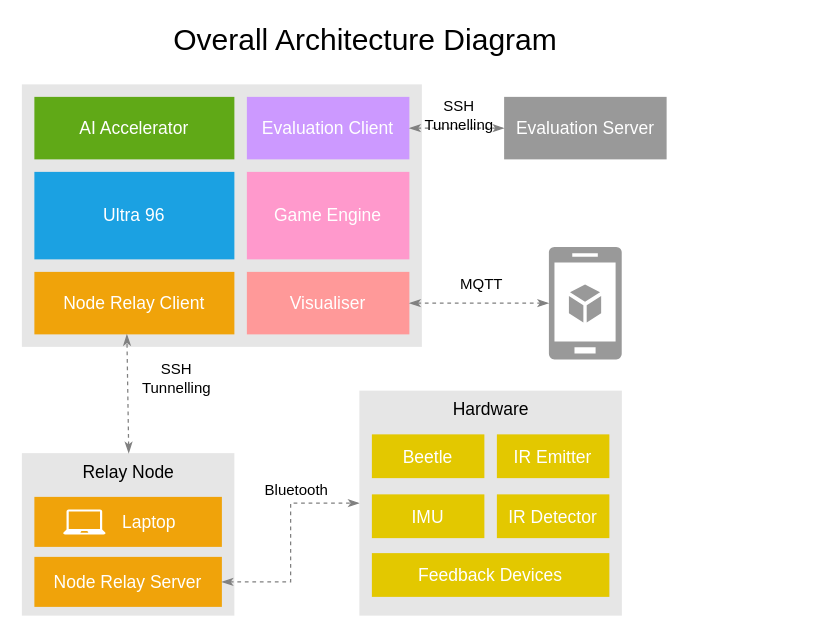
Earlier version of the draw.io diagram Diagrams/Overall Architecture.drawio (J0shuaLeong/CG4002). Source tidied: cells renumbered, new cells numbered last; positions are measured from the earlier drawing's top-left corner, leaving out a move shared by most shapes. Both pictures are drawn from the tidied source at 125%, with x=0, y=0 at pixel (21, 21). Pictures stored in the file or linked from it are replaced by grey dashed boxes.
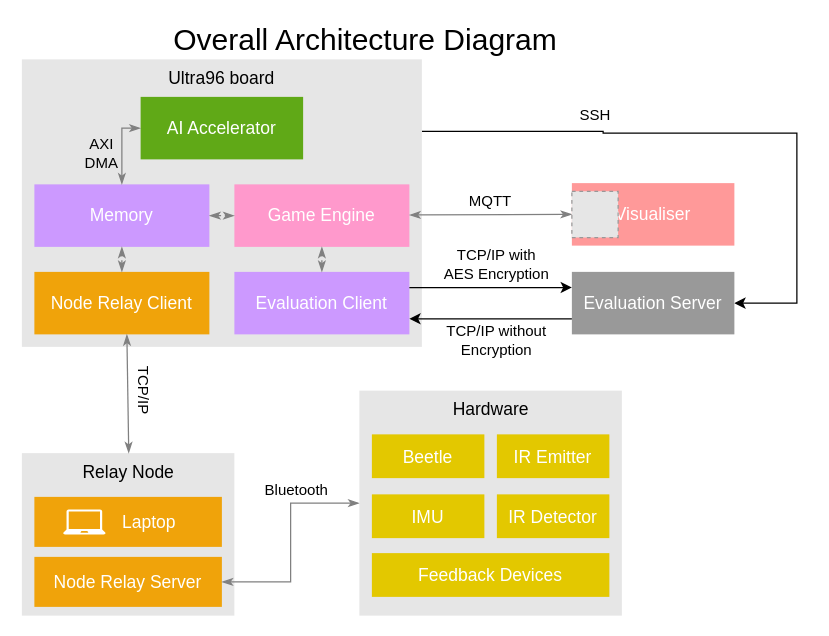
After the change.

The change refers to these unchanged cells:
```xml
<mxCell id="14" value="&lt;font style=&quot;font-size: 14px;&quot; color=&quot;#ffffff&quot;&gt;Node Relay Server&lt;/font&gt;" style="rounded=0;whiteSpace=wrap;html=1;strokeColor=none;fillColor=#f0a30a;fontColor=#000000;" parent="1" vertex="1">
  <mxGeometry x="10" y="428" width="150" height="40" as="geometry" />
</mxCell>
<mxCell id="18" value="&lt;font style=&quot;font-size: 14px;&quot;&gt;Relay Node&lt;/font&gt;" style="text;html=1;align=center;verticalAlign=middle;whiteSpace=wrap;rounded=0;" parent="1" vertex="1">
  <mxGeometry x="47" y="345" width="77" height="30" as="geometry" />
</mxCell>
<mxCell id="19" style="rounded=0;whiteSpace=wrap;html=1;fillColor=#E6E6E6;strokeColor=none;" parent="1" vertex="1">
  <mxGeometry x="270" y="295" width="210" height="180" as="geometry" />
</mxCell>
```

What changed in the source:
```diff
@@
+    <mxCell id="33" style="edgeStyle=orthogonalEdgeStyle;rounded=0;jettySize=auto;html=1;exitX=1;exitY=0.25;exitDx=0;exitDy=0;entryX=1;entryY=0.5;entryDx=0;entryDy=0;" parent="1" edge="1" source="4" target="29">
+      <mxGeometry relative="1" as="geometry">
+        <Array as="points">
+          <mxPoint x="465" y="88" />
+          <mxPoint x="465" y="89" />
+          <mxPoint x="620" y="89" />
+          <mxPoint x="620" y="225" />
+        </Array>
+      </mxGeometry>
+    </mxCell>
     <mxCell id="4" style="rounded=0;whiteSpace=wrap;html=1;fillColor=#E6E6E6;strokeColor=none;" parent="1" vertex="1">
-      <mxGeometry y="50" width="320" height="210" as="geometry" />
+      <mxGeometry y="30" width="320" height="230" as="geometry" />
     </mxCell>
-    <mxCell id="5" value="&lt;font style=&quot;font-size: 14px;&quot;&gt;Ultra 96&lt;/font&gt;" style="rounded=0;whiteSpace=wrap;html=1;strokeColor=none;fillColor=#1ba1e2;fontColor=#ffffff;" parent="1" vertex="1">
-      <mxGeometry x="10" y="120" width="160" height="70" as="geometry" />
-    </mxCell>
     <mxCell id="6" value="&lt;font style=&quot;font-size: 14px;&quot;&gt;Game Engine&lt;/font&gt;" style="rounded=0;whiteSpace=wrap;html=1;strokeColor=none;fillColor=#FF99CC;fontColor=#ffffff;" parent="1" vertex="1">
-      <mxGeometry x="180" y="120" width="130" height="70" as="geometry" />
+      <mxGeometry x="170" y="130" width="140" height="50" as="geometry" />
     </mxCell>
     <mxCell id="7" value="&lt;font style=&quot;font-size: 14px;&quot;&gt;AI Accelerator&lt;/font&gt;" style="rounded=0;whiteSpace=wrap;html=1;strokeColor=none;fillColor=#60a917;fontColor=#ffffff;" parent="1" vertex="1">
-      <mxGeometry x="10" y="60" width="160" height="50" as="geometry" />
+      <mxGeometry x="95" y="60" width="130" height="50" as="geometry" />
     </mxCell>
     <mxCell id="8" value="&lt;font style=&quot;font-size: 14px;&quot;&gt;Evaluation Client&lt;/font&gt;" style="rounded=0;whiteSpace=wrap;html=1;strokeColor=none;fillColor=#CC99FF;fontColor=#ffffff;" parent="1" vertex="1">
-      <mxGeometry x="180" y="60" width="130" height="50" as="geometry" />
+      <mxGeometry x="170" y="200" width="140" height="50" as="geometry" />
     </mxCell>
     <mxCell id="9" value="&lt;font color=&quot;#ffffff&quot; style=&quot;font-size: 14px;&quot;&gt;Visualiser&lt;/font&gt;" style="rounded=0;whiteSpace=wrap;html=1;strokeColor=none;fillColor=#FF9999;fontColor=#000000;" parent="1" vertex="1">
-      <mxGeometry x="180" y="200" width="130" height="50" as="geometry" />
+      <mxGeometry x="440" y="129" width="130" height="50" as="geometry" />
     </mxCell>
     <mxCell id="10" value="&lt;font color=&quot;#ffffff&quot; style=&quot;font-size: 14px;&quot;&gt;Node Relay Client&lt;/font&gt;" style="rounded=0;whiteSpace=wrap;html=1;strokeColor=none;fillColor=#f0a30a;fontColor=#000000;" parent="1" vertex="1">
-      <mxGeometry x="10" y="200" width="160" height="50" as="geometry" />
+      <mxGeometry x="10" y="200" width="140" height="50" as="geometry" />
     </mxCell>
-    <mxCell id="11" style="endArrow=classicThin;dashed=1;html=1;rounded=0;endFill=1;entryX=0.009;entryY=0.16;entryDx=0;entryDy=0;entryPerimeter=0;strokeColor=#808080;startArrow=classicThin;startFill=1;exitX=0.5;exitY=0;exitDx=0;exitDy=0;" parent="1" edge="1" source="18">
+    <mxCell id="11" style="endArrow=classicThin;html=1;rounded=0;endFill=1;entryX=0.009;entryY=0.16;entryDx=0;entryDy=0;entryPerimeter=0;strokeColor=#808080;startArrow=classicThin;startFill=1;exitX=0.5;exitY=0;exitDx=0;exitDy=0;" parent="1" edge="1" source="18">
       <mxGeometry relative="1" as="geometry">
         <mxPoint x="84" y="250" as="targetPoint" />
       </mxGeometry>
     </mxCell>
@@
-    <mxCell id="15" style="endArrow=classicThin;dashed=1;html=1;rounded=0;endFill=1;strokeColor=#808080;startArrow=classicThin;startFill=1;exitX=1;exitY=0.5;exitDx=0;exitDy=0;entryX=0;entryY=0.5;entryDx=0;entryDy=0;edgeStyle=orthogonalEdgeStyle;" parent="1" edge="1" source="14" target="19">
+    <mxCell id="15" style="endArrow=classicThin;html=1;rounded=0;endFill=1;strokeColor=#808080;startArrow=classicThin;startFill=1;exitX=1;exitY=0.5;exitDx=0;exitDy=0;entryX=0;entryY=0.5;entryDx=0;entryDy=0;edgeStyle=orthogonalEdgeStyle;" parent="1" edge="1" source="14" target="19">
       <mxGeometry relative="1" as="geometry" />
     </mxCell>
-    <mxCell id="16" value="SSH Tunnelling" style="text;html=1;align=center;verticalAlign=middle;whiteSpace=wrap;rounded=0;" parent="1" vertex="1">
-      <mxGeometry x="94" y="270" width="60" height="30" as="geometry" />
+    <mxCell id="16" value="TCP/IP" style="text;html=1;align=center;verticalAlign=middle;whiteSpace=wrap;rounded=0;rotation=90;" parent="1" vertex="1">
+      <mxGeometry x="67" y="280" width="60" height="30" as="geometry" />
     </mxCell>
@@
-    <mxCell id="26" style="verticalLabelPosition=bottom;html=1;verticalAlign=top;align=center;strokeColor=none;fillColor=#999999;shape=mxgraph.azure.mobile_services;" parent="1" vertex="1">
-      <mxGeometry x="421.5" y="180" width="58.5" height="90" as="geometry" />
-    </mxCell>
-    <mxCell id="27" style="endArrow=classicThin;dashed=1;html=1;rounded=0;endFill=1;strokeColor=#808080;startArrow=classicThin;startFill=1;exitX=1;exitY=0.5;exitDx=0;exitDy=0;entryX=0;entryY=0.5;entryDx=0;entryDy=0;entryPerimeter=0;" parent="1" edge="1" source="9" target="26">
-      <mxGeometry relative="1" as="geometry" />
-    </mxCell>
+    <mxCell id="29" value="&lt;font style=&quot;font-size: 14px;&quot;&gt;Evaluation Server&lt;/font&gt;" style="rounded=0;whiteSpace=wrap;html=1;strokeColor=none;fillColor=#999999;fontColor=#ffffff;" parent="1" vertex="1">
+      <mxGeometry x="440" y="200" width="130" height="50" as="geometry" />
+    </mxCell>
+    <mxCell id="32" value="&lt;font style=&quot;font-size: 24px;&quot;&gt;Overall Architecture Diagram&lt;/font&gt;" style="text;html=1;align=center;verticalAlign=middle;whiteSpace=wrap;rounded=0;" parent="1" vertex="1">
+      <mxGeometry x="110" width="330" height="30" as="geometry" />
+    </mxCell>
+    <mxCell id="34" style="endArrow=classicThin;html=1;rounded=0;endFill=1;strokeColor=#808080;startArrow=classicThin;startFill=1;exitX=1;exitY=0.5;exitDx=0;exitDy=0;entryX=0;entryY=0.5;entryDx=0;entryDy=0;" parent="1" edge="1" target="35">
+      <mxGeometry relative="1" as="geometry">
+        <mxPoint x="310" y="154.5" as="sourcePoint" />
+      </mxGeometry>
+    </mxCell>
+    <mxCell id="35" style="fillColor=#E6E6E6;strokeColor=#999999;dashed=1;verticalLabelPosition=bottom;labelBackgroundColor=default;verticalAlign=top;" parent="1" vertex="1">
+      <mxGeometry x="440" y="135.5" width="37" height="37" as="geometry" />
+    </mxCell>
+    <mxCell id="36" value="&lt;span style=&quot;font-size: 14px;&quot;&gt;Ultra96 board&lt;/span&gt;" style="text;html=1;align=center;verticalAlign=middle;whiteSpace=wrap;rounded=0;" parent="1" vertex="1">
+      <mxGeometry x="107" y="30" width="106" height="30" as="geometry" />
+    </mxCell>
+    <mxCell id="37" value="&lt;span style=&quot;font-size: 14px;&quot;&gt;Memory&lt;/span&gt;" style="rounded=0;whiteSpace=wrap;html=1;strokeColor=none;fillColor=#CC99FF;fontColor=#ffffff;" parent="1" vertex="1">
+      <mxGeometry x="10" y="130" width="140" height="50" as="geometry" />
+    </mxCell>
+    <mxCell id="38" style="endArrow=classicThin;html=1;rounded=0;endFill=1;entryX=0;entryY=0.5;entryDx=0;entryDy=0;strokeColor=#808080;startArrow=classicThin;startFill=1;exitX=0.5;exitY=0;exitDx=0;exitDy=0;" parent="1" edge="1" source="37" target="7">
+      <mxGeometry relative="1" as="geometry">
+        <Array as="points">
+          <mxPoint x="80" y="85" />
+        </Array>
+      </mxGeometry>
+    </mxCell>
+    <mxCell id="39" value="AXI&lt;div&gt;DMA&lt;/div&gt;" style="text;html=1;align=center;verticalAlign=middle;whiteSpace=wrap;rounded=0;" parent="1" vertex="1">
+      <mxGeometry x="34" y="90" width="60" height="30" as="geometry" />
+    </mxCell>
+    <mxCell id="40" style="endArrow=classicThin;dashed=1;html=1;rounded=0;endFill=1;entryX=0.5;entryY=1;entryDx=0;entryDy=0;strokeColor=#808080;startArrow=classicThin;startFill=1;exitX=0.5;exitY=0;exitDx=0;exitDy=0;" parent="1" edge="1" source="8" target="6">
+      <mxGeometry relative="1" as="geometry" />
+    </mxCell>
+    <mxCell id="41" style="endArrow=classicThin;dashed=1;html=1;rounded=0;endFill=1;strokeColor=#808080;startArrow=classicThin;startFill=1;exitX=0.5;exitY=0;exitDx=0;exitDy=0;entryX=0.5;entryY=1;entryDx=0;entryDy=0;" parent="1" edge="1" source="10" target="37">
+      <mxGeometry relative="1" as="geometry" />
+    </mxCell>
+    <mxCell id="42" style="endArrow=classicThin;dashed=1;html=1;rounded=0;endFill=1;strokeColor=#808080;startArrow=classicThin;startFill=1;exitX=1;exitY=0.5;exitDx=0;exitDy=0;entryX=0;entryY=0.5;entryDx=0;entryDy=0;" parent="1" edge="1" source="37" target="6">
+      <mxGeometry relative="1" as="geometry" />
+    </mxCell>
+    <mxCell id="43" style="edgeStyle=orthogonalEdgeStyle;rounded=0;orthogonalLoop=1;jettySize=auto;html=1;exitX=0.5;exitY=1;exitDx=0;exitDy=0;" parent="1" edge="1" source="9" target="9">
+      <mxGeometry relative="1" as="geometry" />
+    </mxCell>
     <mxCell id="28" value="MQTT" style="text;html=1;align=center;verticalAlign=middle;whiteSpace=wrap;rounded=0;" parent="1" vertex="1">
-      <mxGeometry x="337.5" y="195" width="60" height="30" as="geometry" />
+      <mxGeometry x="345" y="129" width="60" height="30" as="geometry" />
     </mxCell>
-    <mxCell id="29" value="&lt;font style=&quot;font-size: 14px;&quot;&gt;Evaluation Server&lt;/font&gt;" style="rounded=0;whiteSpace=wrap;html=1;strokeColor=none;fillColor=#999999;fontColor=#ffffff;" parent="1" vertex="1">
-      <mxGeometry x="385.8" y="60" width="130" height="50" as="geometry" />
-    </mxCell>
-    <mxCell id="30" style="endArrow=classicThin;dashed=1;html=1;rounded=0;endFill=1;strokeColor=#808080;startArrow=classicThin;startFill=1;exitX=1;exitY=0.5;exitDx=0;exitDy=0;entryX=0;entryY=0.5;entryDx=0;entryDy=0;" parent="1" edge="1" source="8" target="29">
+    <mxCell id="30" style="endArrow=classic;html=1;rounded=0;entryX=0;entryY=0.25;entryDx=0;entryDy=0;exitX=1;exitY=0.25;exitDx=0;exitDy=0;" parent="1" edge="1" source="8" target="29">
       <mxGeometry relative="1" as="geometry" />
     </mxCell>
-    <mxCell id="31" value="SSH Tunnelling" style="text;html=1;align=center;verticalAlign=middle;whiteSpace=wrap;rounded=0;" parent="1" vertex="1">
-      <mxGeometry x="320" y="60" width="60" height="30" as="geometry" />
-    </mxCell>
-    <mxCell id="32" value="&lt;font style=&quot;font-size: 24px;&quot;&gt;Overall Architecture Diagram&lt;/font&gt;" style="text;html=1;align=center;verticalAlign=middle;whiteSpace=wrap;rounded=0;" parent="1" vertex="1">
-      <mxGeometry x="110" width="330" height="30" as="geometry" />
-    </mxCell>
+    <mxCell id="44" style="endArrow=classic;html=1;rounded=0;exitX=0;exitY=0.75;exitDx=0;exitDy=0;entryX=1;entryY=0.75;entryDx=0;entryDy=0;" parent="1" edge="1" source="29" target="8">
+      <mxGeometry relative="1" as="geometry" />
+    </mxCell>
+    <mxCell id="45" value="TCP/IP with&lt;div&gt;AES Encryption&lt;/div&gt;" style="text;html=1;align=center;verticalAlign=middle;whiteSpace=wrap;rounded=0;" parent="1" vertex="1">
+      <mxGeometry x="310" y="179" width="140" height="30" as="geometry" />
+    </mxCell>
+    <mxCell id="46" value="TCP/IP without&lt;div&gt;&lt;span style=&quot;background-color: initial;&quot;&gt;Encryption&lt;/span&gt;&lt;/div&gt;" style="text;html=1;align=center;verticalAlign=middle;whiteSpace=wrap;rounded=0;" parent="1" vertex="1">
+      <mxGeometry x="310" y="240" width="140" height="30" as="geometry" />
+    </mxCell>
+    <mxCell id="47" value="SSH" style="text;html=1;align=center;verticalAlign=middle;whiteSpace=wrap;rounded=0;" parent="1" vertex="1">
+      <mxGeometry x="428.5" y="60" width="60" height="30" as="geometry" />
+    </mxCell>
```
